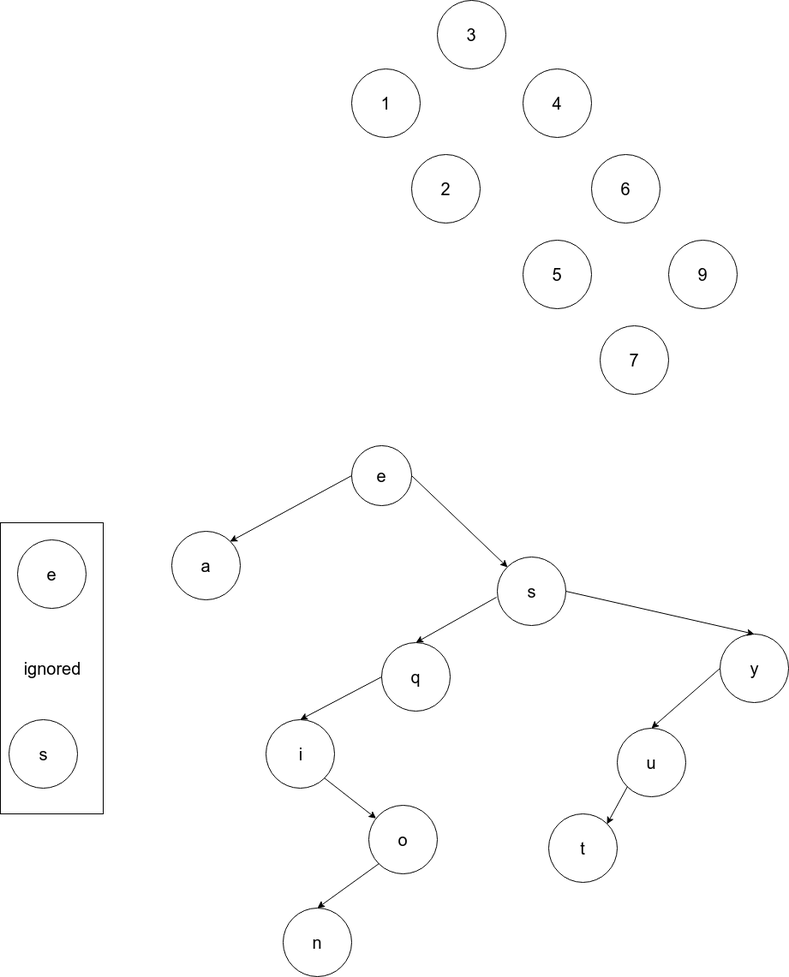
Before: BST-drawings.png, a diagram exported from draw.io (thinkful-ei-armadillo/DSA-BST-Michael-Ethan). Source tidied: cells renumbered, new cells last; positions are measured from the earlier drawing's top-left corner, leaving out a move shared by most shapes.
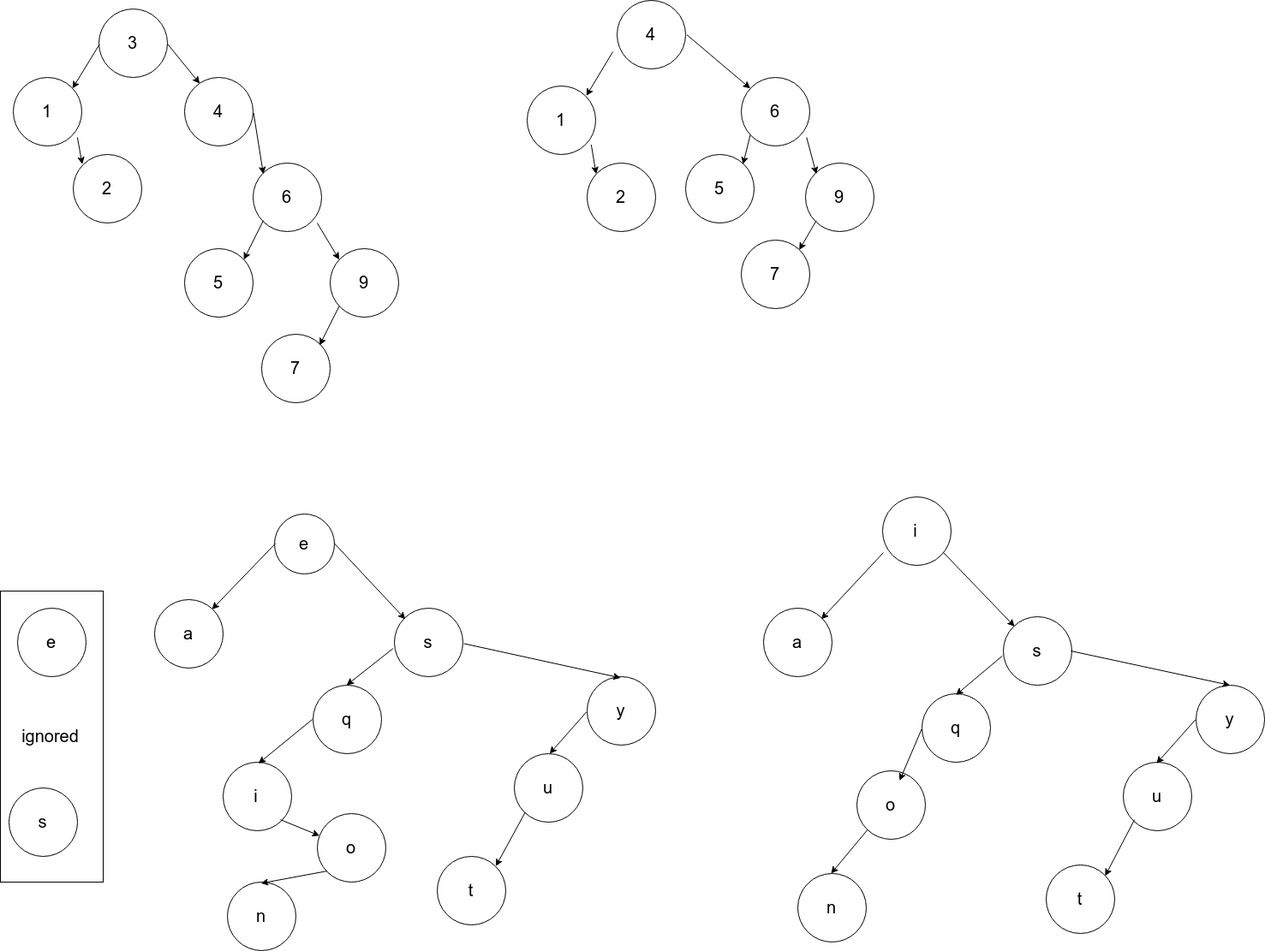
Later version of the same file.

Commit message:
Add versions with root node removed

Diff of the diagram source:
```diff
@@ -3,67 +3,67 @@
     <mxCell id="0" />
     <mxCell id="1" parent="0" />
     <mxCell id="2" value="&lt;div style=&quot;text-align: left&quot;&gt;&lt;span style=&quot;font-size: 20px&quot;&gt;ignored&lt;/span&gt;&lt;/div&gt;" style="rounded=0;whiteSpace=wrap;html=1;" parent="1" vertex="1">
-      <mxGeometry y="610" width="120" height="340" as="geometry" />
+      <mxGeometry y="670" width="120" height="340" as="geometry" />
     </mxCell>
     <mxCell id="3" value="&lt;font style=&quot;font-size: 20px&quot;&gt;3&lt;/font&gt;" style="ellipse;whiteSpace=wrap;html=1;" parent="1" vertex="1">
-      <mxGeometry x="510" width="80" height="80" as="geometry" />
+      <mxGeometry x="115" y="-10" width="80" height="80" as="geometry" />
     </mxCell>
     <mxCell id="4" value="&lt;font style=&quot;font-size: 20px&quot;&gt;1&lt;/font&gt;" style="ellipse;whiteSpace=wrap;html=1;" parent="1" vertex="1">
-      <mxGeometry x="410" y="80" width="80" height="80" as="geometry" />
+      <mxGeometry x="15" y="70" width="80" height="80" as="geometry" />
     </mxCell>
     <mxCell id="5" value="&lt;font style=&quot;font-size: 20px&quot;&gt;4&lt;/font&gt;" style="ellipse;whiteSpace=wrap;html=1;" parent="1" vertex="1">
-      <mxGeometry x="610" y="80" width="80" height="80" as="geometry" />
+      <mxGeometry x="215" y="70" width="80" height="80" as="geometry" />
     </mxCell>
     <mxCell id="6" value="&lt;font style=&quot;font-size: 20px&quot;&gt;6&lt;/font&gt;" style="ellipse;whiteSpace=wrap;html=1;" parent="1" vertex="1">
-      <mxGeometry x="690" y="180" width="80" height="80" as="geometry" />
+      <mxGeometry x="295" y="170" width="80" height="80" as="geometry" />
     </mxCell>
     <mxCell id="7" value="&lt;font style=&quot;font-size: 20px&quot;&gt;9&lt;/font&gt;" style="ellipse;whiteSpace=wrap;html=1;" parent="1" vertex="1">
-      <mxGeometry x="780" y="280" width="80" height="80" as="geometry" />
+      <mxGeometry x="385" y="270" width="80" height="80" as="geometry" />
     </mxCell>
     <mxCell id="8" value="&lt;font style=&quot;font-size: 20px&quot;&gt;2&lt;/font&gt;" style="ellipse;whiteSpace=wrap;html=1;" parent="1" vertex="1">
-      <mxGeometry x="480" y="180" width="80" height="80" as="geometry" />
+      <mxGeometry x="85" y="160" width="80" height="80" as="geometry" />
     </mxCell>
     <mxCell id="9" value="&lt;font style=&quot;font-size: 20px&quot;&gt;5&lt;/font&gt;" style="ellipse;whiteSpace=wrap;html=1;" parent="1" vertex="1">
-      <mxGeometry x="610" y="280" width="80" height="80" as="geometry" />
+      <mxGeometry x="215" y="270" width="80" height="80" as="geometry" />
     </mxCell>
     <mxCell id="10" value="&lt;font style=&quot;font-size: 20px&quot;&gt;7&lt;/font&gt;" style="ellipse;whiteSpace=wrap;html=1;" parent="1" vertex="1">
-      <mxGeometry x="700" y="380" width="80" height="80" as="geometry" />
+      <mxGeometry x="305" y="370" width="80" height="80" as="geometry" />
     </mxCell>
     <mxCell id="11" value="&lt;font style=&quot;font-size: 20px&quot;&gt;e&lt;/font&gt;" style="ellipse;whiteSpace=wrap;html=1;" parent="1" vertex="1">
-      <mxGeometry x="410" y="520" width="70" height="70" as="geometry" />
+      <mxGeometry x="320" y="580" width="70" height="70" as="geometry" />
     </mxCell>
     <mxCell id="12" value="&lt;font style=&quot;font-size: 20px&quot;&gt;a&lt;/font&gt;" style="ellipse;whiteSpace=wrap;html=1;" parent="1" vertex="1">
-      <mxGeometry x="200" y="620" width="80" height="80" as="geometry" />
+      <mxGeometry x="180" y="680" width="80" height="80" as="geometry" />
     </mxCell>
     <mxCell id="13" value="&lt;font style=&quot;font-size: 20px&quot;&gt;s&lt;/font&gt;" style="ellipse;whiteSpace=wrap;html=1;" parent="1" vertex="1">
-      <mxGeometry x="580" y="650" width="80" height="80" as="geometry" />
+      <mxGeometry x="460" y="690" width="80" height="80" as="geometry" />
     </mxCell>
     <mxCell id="14" value="&lt;font style=&quot;font-size: 20px&quot;&gt;y&lt;/font&gt;" style="ellipse;whiteSpace=wrap;html=1;" parent="1" vertex="1">
-      <mxGeometry x="840" y="740" width="80" height="80" as="geometry" />
+      <mxGeometry x="685" y="770" width="80" height="80" as="geometry" />
     </mxCell>
     <mxCell id="15" value="&lt;font style=&quot;font-size: 20px&quot;&gt;q&lt;/font&gt;" style="ellipse;whiteSpace=wrap;html=1;" parent="1" vertex="1">
-      <mxGeometry x="445" y="750" width="80" height="80" as="geometry" />
+      <mxGeometry x="365" y="780" width="80" height="80" as="geometry" />
     </mxCell>
     <mxCell id="16" value="&lt;font style=&quot;font-size: 20px&quot;&gt;u&lt;/font&gt;" style="ellipse;whiteSpace=wrap;html=1;" parent="1" vertex="1">
-      <mxGeometry x="720" y="850" width="80" height="80" as="geometry" />
+      <mxGeometry x="600" y="860" width="80" height="80" as="geometry" />
     </mxCell>
     <mxCell id="17" value="&lt;font style=&quot;font-size: 20px&quot;&gt;e&lt;/font&gt;" style="ellipse;whiteSpace=wrap;html=1;" parent="1" vertex="1">
-      <mxGeometry x="20" y="630" width="80" height="80" as="geometry" />
+      <mxGeometry x="20" y="690" width="80" height="80" as="geometry" />
     </mxCell>
     <mxCell id="18" value="&lt;font style=&quot;font-size: 20px&quot;&gt;s&lt;/font&gt;" style="ellipse;whiteSpace=wrap;html=1;" parent="1" vertex="1">
-      <mxGeometry x="10" y="840" width="80" height="80" as="geometry" />
+      <mxGeometry x="10" y="900" width="80" height="80" as="geometry" />
     </mxCell>
     <mxCell id="19" value="&lt;font style=&quot;font-size: 20px&quot;&gt;t&lt;/font&gt;" style="ellipse;whiteSpace=wrap;html=1;" parent="1" vertex="1">
-      <mxGeometry x="640" y="950" width="80" height="80" as="geometry" />
+      <mxGeometry x="510" y="980" width="80" height="80" as="geometry" />
     </mxCell>
     <mxCell id="20" value="&lt;font style=&quot;font-size: 20px&quot;&gt;i&lt;/font&gt;" style="ellipse;whiteSpace=wrap;html=1;" parent="1" vertex="1">
-      <mxGeometry x="310" y="840" width="80" height="80" as="geometry" />
+      <mxGeometry x="260" y="870" width="80" height="80" as="geometry" />
     </mxCell>
     <mxCell id="21" value="&lt;font style=&quot;font-size: 20px&quot;&gt;o&lt;/font&gt;" style="ellipse;whiteSpace=wrap;html=1;" parent="1" vertex="1">
-      <mxGeometry x="430" y="940" width="80" height="80" as="geometry" />
+      <mxGeometry x="370" y="930" width="80" height="80" as="geometry" />
     </mxCell>
     <mxCell id="22" value="&lt;font style=&quot;font-size: 20px&quot;&gt;n&lt;/font&gt;" style="ellipse;whiteSpace=wrap;html=1;" parent="1" vertex="1">
-      <mxGeometry x="330" y="1060" width="80" height="80" as="geometry" />
+      <mxGeometry x="265" y="1010" width="80" height="80" as="geometry" />
     </mxCell>
     <mxCell id="23" style="endArrow=classic;html=1;exitX=0;exitY=0.5;exitDx=0;exitDy=0;entryX=1;entryY=0;entryDx=0;entryDy=0;" parent="1" edge="1" source="11" target="12">
       <mxGeometry relative="1" as="geometry" />
@@ -92,5 +92,122 @@
     <mxCell id="31" style="endArrow=classic;html=1;exitX=0;exitY=1;exitDx=0;exitDy=0;entryX=0.5;entryY=0;entryDx=0;entryDy=0;" parent="1" edge="1" source="21" target="22">
       <mxGeometry relative="1" as="geometry" />
     </mxCell>
+    <mxCell id="32" style="endArrow=classic;html=1;exitX=0;exitY=0.5;exitDx=0;exitDy=0;entryX=1;entryY=0;entryDx=0;entryDy=0;" parent="1" edge="1" source="3" target="4">
+      <mxGeometry relative="1" as="geometry" />
+    </mxCell>
+    <mxCell id="33" style="endArrow=classic;html=1;exitX=1;exitY=0.5;exitDx=0;exitDy=0;entryX=0.238;entryY=0.088;entryDx=0;entryDy=0;entryPerimeter=0;" parent="1" edge="1" source="3" target="5">
+      <mxGeometry relative="1" as="geometry" />
+    </mxCell>
+    <mxCell id="34" style="endArrow=classic;html=1;exitX=0.938;exitY=0.863;exitDx=0;exitDy=0;exitPerimeter=0;entryX=0;entryY=0;entryDx=0;entryDy=0;" parent="1" edge="1" source="4" target="8">
+      <mxGeometry relative="1" as="geometry" />
+    </mxCell>
+    <mxCell id="35" style="endArrow=classic;html=1;exitX=1;exitY=0.5;exitDx=0;exitDy=0;entryX=0;entryY=0;entryDx=0;entryDy=0;" parent="1" edge="1" source="5" target="6">
+      <mxGeometry relative="1" as="geometry" />
+    </mxCell>
+    <mxCell id="36" style="endArrow=classic;html=1;exitX=0.95;exitY=0.875;exitDx=0;exitDy=0;exitPerimeter=0;entryX=0;entryY=0;entryDx=0;entryDy=0;" parent="1" edge="1" source="6" target="7">
+      <mxGeometry relative="1" as="geometry" />
+    </mxCell>
+    <mxCell id="37" style="endArrow=classic;html=1;exitX=0;exitY=1;exitDx=0;exitDy=0;entryX=1;entryY=0;entryDx=0;entryDy=0;" parent="1" edge="1" source="6" target="9">
+      <mxGeometry relative="1" as="geometry" />
+    </mxCell>
+    <mxCell id="38" style="endArrow=classic;html=1;exitX=0;exitY=1;exitDx=0;exitDy=0;entryX=1;entryY=0;entryDx=0;entryDy=0;" parent="1" edge="1" source="7" target="10">
+      <mxGeometry relative="1" as="geometry" />
+    </mxCell>
+    <mxCell id="39" value="&lt;font style=&quot;font-size: 20px&quot;&gt;1&lt;/font&gt;" style="ellipse;whiteSpace=wrap;html=1;" parent="1" vertex="1">
+      <mxGeometry x="615" y="80" width="80" height="80" as="geometry" />
+    </mxCell>
+    <mxCell id="40" value="&lt;font style=&quot;font-size: 20px&quot;&gt;4&lt;/font&gt;" style="ellipse;whiteSpace=wrap;html=1;" parent="1" vertex="1">
+      <mxGeometry x="720" y="-20" width="80" height="80" as="geometry" />
+    </mxCell>
+    <mxCell id="41" value="&lt;font style=&quot;font-size: 20px&quot;&gt;6&lt;/font&gt;" style="ellipse;whiteSpace=wrap;html=1;" parent="1" vertex="1">
+      <mxGeometry x="865" y="70" width="80" height="80" as="geometry" />
+    </mxCell>
+    <mxCell id="42" value="&lt;font style=&quot;font-size: 20px&quot;&gt;9&lt;/font&gt;" style="ellipse;whiteSpace=wrap;html=1;" parent="1" vertex="1">
+      <mxGeometry x="940" y="170" width="80" height="80" as="geometry" />
+    </mxCell>
+    <mxCell id="43" value="&lt;font style=&quot;font-size: 20px&quot;&gt;2&lt;/font&gt;" style="ellipse;whiteSpace=wrap;html=1;" parent="1" vertex="1">
+      <mxGeometry x="685" y="170" width="80" height="80" as="geometry" />
+    </mxCell>
+    <mxCell id="44" value="&lt;font style=&quot;font-size: 20px&quot;&gt;5&lt;/font&gt;" style="ellipse;whiteSpace=wrap;html=1;" parent="1" vertex="1">
+      <mxGeometry x="800" y="160" width="80" height="80" as="geometry" />
+    </mxCell>
+    <mxCell id="45" value="&lt;font style=&quot;font-size: 20px&quot;&gt;7&lt;/font&gt;" style="ellipse;whiteSpace=wrap;html=1;" parent="1" vertex="1">
+      <mxGeometry x="865" y="260" width="80" height="80" as="geometry" />
+    </mxCell>
+    <mxCell id="46" style="endArrow=classic;html=1;exitX=0;exitY=0.5;exitDx=0;exitDy=0;entryX=1;entryY=0;entryDx=0;entryDy=0;" parent="1" edge="1" target="39">
+      <mxGeometry relative="1" as="geometry">
+        <mxPoint x="715" y="40" as="sourcePoint" />
+      </mxGeometry>
+    </mxCell>
+    <mxCell id="47" style="endArrow=classic;html=1;exitX=0.938;exitY=0.863;exitDx=0;exitDy=0;exitPerimeter=0;entryX=0;entryY=0;entryDx=0;entryDy=0;" parent="1" edge="1" source="39" target="43">
+      <mxGeometry relative="1" as="geometry" />
+    </mxCell>
+    <mxCell id="48" style="endArrow=classic;html=1;exitX=1;exitY=0.5;exitDx=0;exitDy=0;entryX=0;entryY=0;entryDx=0;entryDy=0;" parent="1" edge="1" source="40" target="41">
+      <mxGeometry relative="1" as="geometry" />
+    </mxCell>
+    <mxCell id="49" style="endArrow=classic;html=1;exitX=0.95;exitY=0.875;exitDx=0;exitDy=0;exitPerimeter=0;entryX=0;entryY=0;entryDx=0;entryDy=0;" parent="1" edge="1" source="41" target="42">
+      <mxGeometry relative="1" as="geometry" />
+    </mxCell>
+    <mxCell id="50" style="endArrow=classic;html=1;exitX=0;exitY=1;exitDx=0;exitDy=0;entryX=1;entryY=0;entryDx=0;entryDy=0;" parent="1" edge="1" source="41" target="44">
+      <mxGeometry relative="1" as="geometry" />
+    </mxCell>
+    <mxCell id="51" style="endArrow=classic;html=1;exitX=0;exitY=1;exitDx=0;exitDy=0;entryX=1;entryY=0;entryDx=0;entryDy=0;" parent="1" edge="1" source="42" target="45">
+      <mxGeometry relative="1" as="geometry" />
+    </mxCell>
+    <mxCell id="52" value="&lt;font style=&quot;font-size: 20px&quot;&gt;a&lt;/font&gt;" style="ellipse;whiteSpace=wrap;html=1;" parent="1" vertex="1">
+      <mxGeometry x="891" y="690" width="80" height="80" as="geometry" />
+    </mxCell>
+    <mxCell id="53" value="&lt;font style=&quot;font-size: 20px&quot;&gt;s&lt;/font&gt;" style="ellipse;whiteSpace=wrap;html=1;" parent="1" vertex="1">
+      <mxGeometry x="1171" y="700" width="80" height="80" as="geometry" />
+    </mxCell>
+    <mxCell id="54" value="&lt;font style=&quot;font-size: 20px&quot;&gt;y&lt;/font&gt;" style="ellipse;whiteSpace=wrap;html=1;" parent="1" vertex="1">
+      <mxGeometry x="1396" y="780" width="80" height="80" as="geometry" />
+    </mxCell>
+    <mxCell id="55" value="&lt;font style=&quot;font-size: 20px&quot;&gt;q&lt;/font&gt;" style="ellipse;whiteSpace=wrap;html=1;" parent="1" vertex="1">
+      <mxGeometry x="1076" y="790" width="80" height="80" as="geometry" />
+    </mxCell>
+    <mxCell id="56" value="&lt;font style=&quot;font-size: 20px&quot;&gt;u&lt;/font&gt;" style="ellipse;whiteSpace=wrap;html=1;" parent="1" vertex="1">
+      <mxGeometry x="1311" y="870" width="80" height="80" as="geometry" />
+    </mxCell>
+    <mxCell id="57" value="&lt;font style=&quot;font-size: 20px&quot;&gt;t&lt;/font&gt;" style="ellipse;whiteSpace=wrap;html=1;" parent="1" vertex="1">
+      <mxGeometry x="1221" y="990" width="80" height="80" as="geometry" />
+    </mxCell>
+    <mxCell id="58" value="&lt;font style=&quot;font-size: 20px&quot;&gt;i&lt;/font&gt;" style="ellipse;whiteSpace=wrap;html=1;" parent="1" vertex="1">
+      <mxGeometry x="1030" y="560" width="80" height="80" as="geometry" />
+    </mxCell>
+    <mxCell id="59" value="&lt;font style=&quot;font-size: 20px&quot;&gt;o&lt;/font&gt;" style="ellipse;whiteSpace=wrap;html=1;" parent="1" vertex="1">
+      <mxGeometry x="1000" y="880" width="80" height="80" as="geometry" />
+    </mxCell>
+    <mxCell id="60" value="&lt;font style=&quot;font-size: 20px&quot;&gt;n&lt;/font&gt;" style="ellipse;whiteSpace=wrap;html=1;" parent="1" vertex="1">
+      <mxGeometry x="931" y="1000" width="80" height="80" as="geometry" />
+    </mxCell>
+    <mxCell id="61" style="endArrow=classic;html=1;exitX=0;exitY=0.5;exitDx=0;exitDy=0;entryX=1;entryY=0;entryDx=0;entryDy=0;" parent="1" edge="1" target="52">
+      <mxGeometry relative="1" as="geometry">
+        <mxPoint x="1031" y="625" as="sourcePoint" />
+      </mxGeometry>
+    </mxCell>
+    <mxCell id="62" style="endArrow=classic;html=1;exitX=1;exitY=0.5;exitDx=0;exitDy=0;entryX=0;entryY=0;entryDx=0;entryDy=0;" parent="1" edge="1" target="53">
+      <mxGeometry relative="1" as="geometry">
+        <mxPoint x="1101" y="625" as="sourcePoint" />
+      </mxGeometry>
+    </mxCell>
+    <mxCell id="63" style="endArrow=classic;html=1;exitX=-0.012;exitY=0.588;exitDx=0;exitDy=0;entryX=0.5;entryY=0;entryDx=0;entryDy=0;exitPerimeter=0;" parent="1" edge="1" source="53" target="55">
+      <mxGeometry relative="1" as="geometry" />
+    </mxCell>
+    <mxCell id="64" style="endArrow=classic;html=1;exitX=1;exitY=0.5;exitDx=0;exitDy=0;entryX=0.5;entryY=0;entryDx=0;entryDy=0;" parent="1" edge="1" source="53" target="54">
+      <mxGeometry relative="1" as="geometry" />
+    </mxCell>
+    <mxCell id="65" style="endArrow=classic;html=1;exitX=0;exitY=0.5;exitDx=0;exitDy=0;entryX=0.5;entryY=0;entryDx=0;entryDy=0;" parent="1" edge="1" source="54" target="56">
+      <mxGeometry relative="1" as="geometry" />
+    </mxCell>
+    <mxCell id="66" style="endArrow=classic;html=1;exitX=0;exitY=1;exitDx=0;exitDy=0;entryX=1;entryY=0;entryDx=0;entryDy=0;" parent="1" edge="1" source="56" target="57">
+      <mxGeometry relative="1" as="geometry" />
+    </mxCell>
+    <mxCell id="67" style="endArrow=classic;html=1;exitX=0;exitY=0.5;exitDx=0;exitDy=0;entryX=0.613;entryY=0.125;entryDx=0;entryDy=0;entryPerimeter=0;" parent="1" edge="1" source="55" target="59">
+      <mxGeometry relative="1" as="geometry" />
+    </mxCell>
+    <mxCell id="68" style="endArrow=classic;html=1;exitX=0;exitY=1;exitDx=0;exitDy=0;entryX=0.5;entryY=0;entryDx=0;entryDy=0;" parent="1" edge="1" source="59" target="60">
+      <mxGeometry relative="1" as="geometry" />
+    </mxCell>
   </root>
 </mxGraphModel>
```
